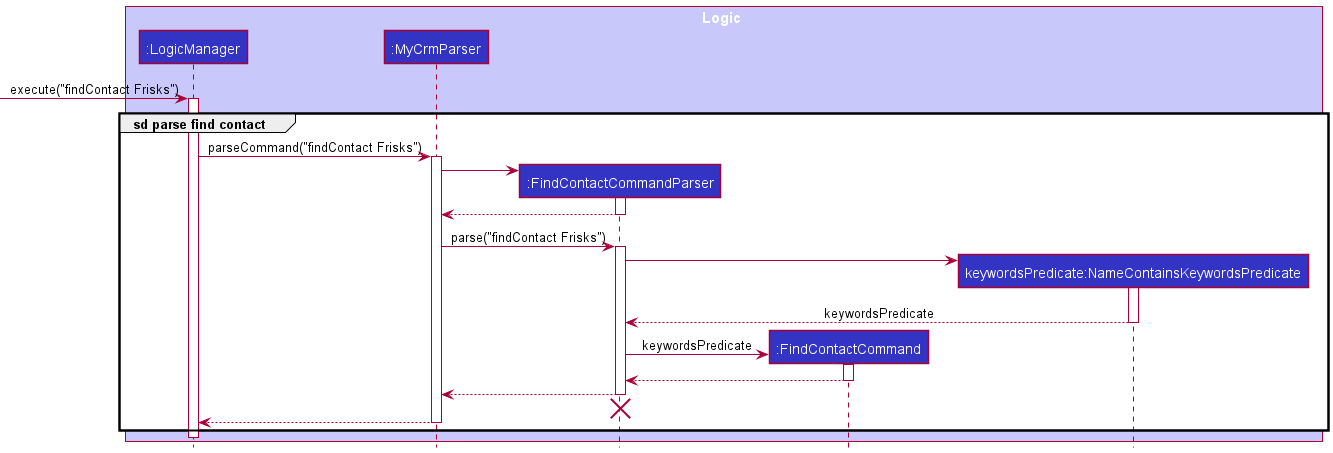
The PlantUML diagram docs/images/contact/FindContactParseSequenceDiagram.png in ooawagaeri/tp, before a commit. Its diagram source:
```plantuml
@startuml
!include ../style.puml

box Logic LOGIC_COLOR_T1
participant ":LogicManager" as LogicManager LOGIC_COLOR
participant ":MyCrmParser" as MyCrmParser LOGIC_COLOR
participant ":FindContactCommandParser" as FindContactCommandParser LOGIC_COLOR
participant ":FindContactCommand" as FindContactCommand LOGIC_COLOR
participant "keywordsPredicate:NameContainsKeywordsPredicate" as NameContainsKeywordsPredicate LOGIC_COLOR
end box

[-> LogicManager : execute("findContact Frisks")
activate LogicManager

group sd parse find contact
LogicManager -> MyCrmParser : parseCommand("findContact Frisks")
activate MyCrmParser

create FindContactCommandParser
MyCrmParser -> FindContactCommandParser
activate FindContactCommandParser

FindContactCommandParser --> MyCrmParser
deactivate FindContactCommandParser

MyCrmParser -> FindContactCommandParser : parse("findContact Frisks")
activate FindContactCommandParser

create NameContainsKeywordsPredicate
FindContactCommandParser -> NameContainsKeywordsPredicate
activate NameContainsKeywordsPredicate
NameContainsKeywordsPredicate --> FindContactCommandParser : keywordsPredicate
deactivate NameContainsKeywordsPredicate

create FindContactCommand
FindContactCommandParser -> FindContactCommand : keywordsPredicate
activate FindContactCommand

FindContactCommand --> FindContactCommandParser
deactivate FindContactCommand

FindContactCommandParser --> MyCrmParser
deactivate FindContactCommandParser

FindContactCommandParser -[hidden]-> MyCrmParser
destroy FindContactCommandParser


MyCrmParser --> LogicManager :
deactivate MyCrmParser
end

deactivate LogicManager
@enduml
```
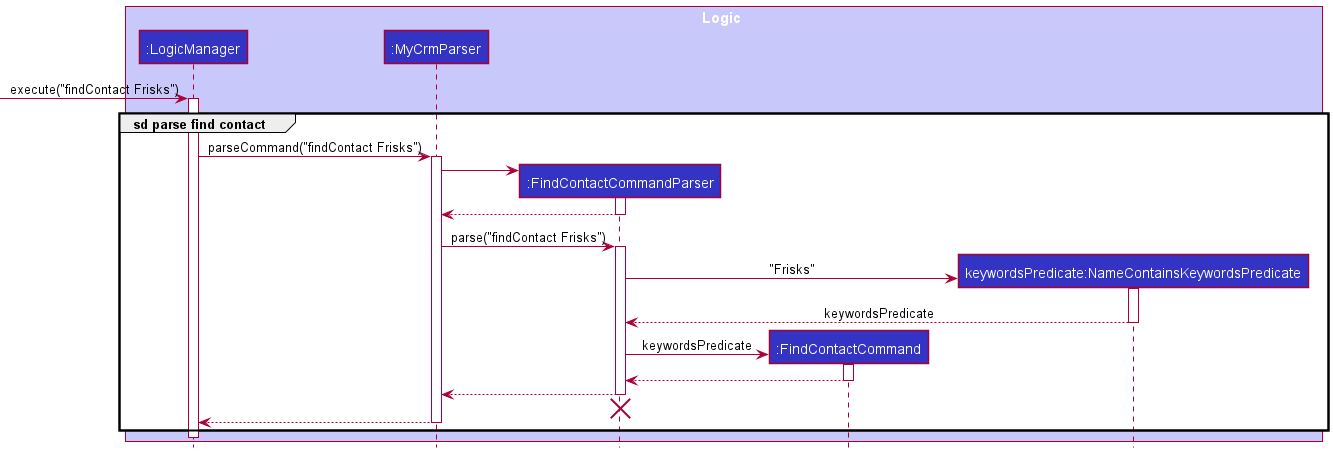
Above is the later version.

Change to the diagram source:
```diff
@@ -27,7 +27,7 @@
 activate FindContactCommandParser
 
 create NameContainsKeywordsPredicate
-FindContactCommandParser -> NameContainsKeywordsPredicate
+FindContactCommandParser -> NameContainsKeywordsPredicate: "Frisks"
 activate NameContainsKeywordsPredicate
 NameContainsKeywordsPredicate --> FindContactCommandParser : keywordsPredicate
 deactivate NameContainsKeywordsPredicate
```
